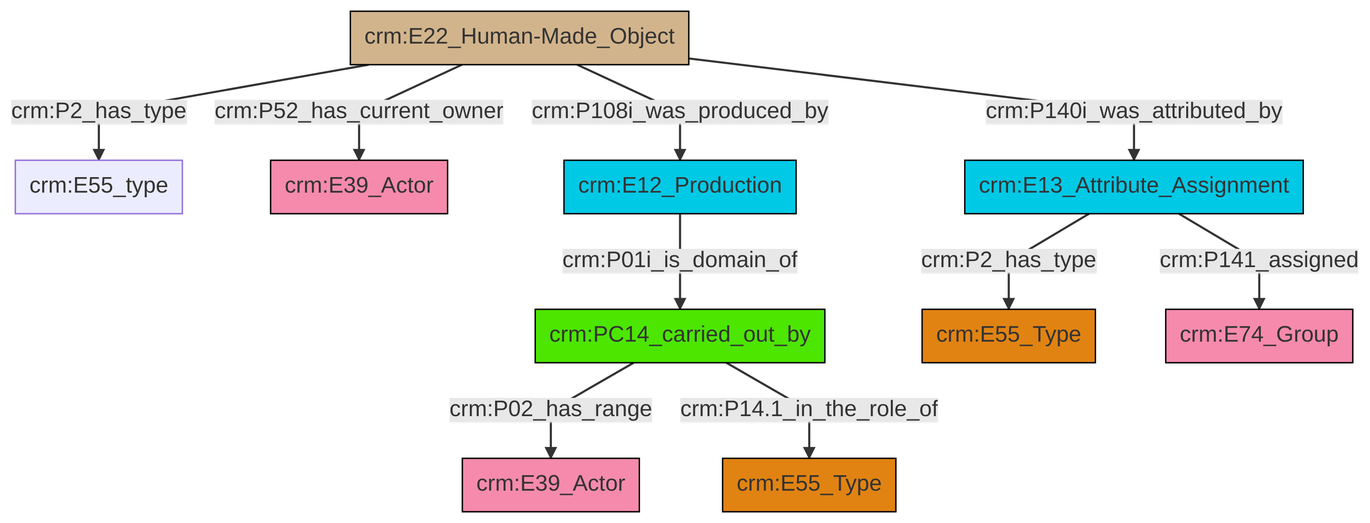
swiss-art-research-net/docs.swissartresearch keeps this Mermaid diagram as et/builtWorkCSV/ttl/mmd/png/Built_Work_actor_relations.png. Above is the earlier version. Its source is kept beside it as et/builtWorkCSV/ttl/mmd/Built_Work_actor_relations.ttl.mmd.
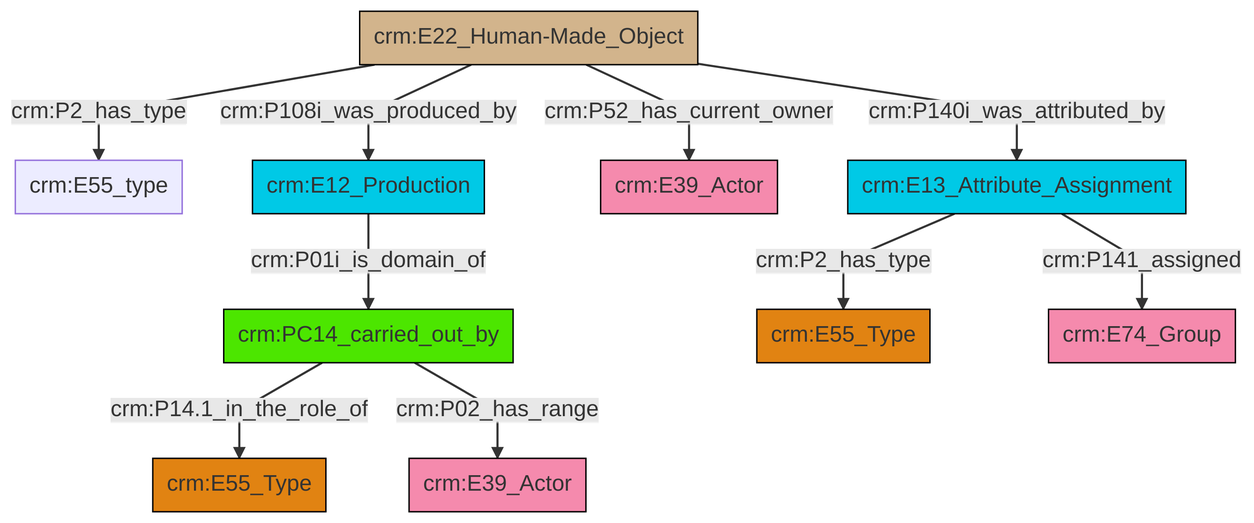
The same diagram one commit later.

The edit, as a diff of the source:
```diff
@@ -13,12 +13,12 @@
 classDef PC_Classes fill:#4ce600, stroke:#000000;
 classDef Multi fill:#cccccc,stroke:#000000;
 
-2["crm:E22_Human-Made_Object"]:::Physical_Thing -->|crm:P52_has_current_owner| 3["crm:E39_Actor"]:::Actor
-2["crm:E22_Human-Made_Object"]:::Physical_Thing -->|crm:P140i_was_attributed_by| 4["crm:E13_Attribute_Assignment"]:::Temporal_Entity
-2["crm:E22_Human-Made_Object"]:::Physical_Thing -->|crm:P108i_was_produced_by| 5["crm:E12_Production"]:::Temporal_Entity
-4["crm:E13_Attribute_Assignment"]:::Temporal_Entity -->|crm:P2_has_type| 8["crm:E55_Type"]:::Type
-2["crm:E22_Human-Made_Object"]:::Physical_Thing -->|crm:P2_has_type| 0["crm:E55_type"]:::Default
-5["crm:E12_Production"]:::Temporal_Entity -->|crm:P01i_is_domain_of| 6["crm:PC14_carried_out_by"]:::PC_Classes
-4["crm:E13_Attribute_Assignment"]:::Temporal_Entity -->|crm:P141_assigned| 15["crm:E74_Group"]:::Actor
-6["crm:PC14_carried_out_by"]:::PC_Classes -->|crm:P02_has_range| 12["crm:E39_Actor"]:::Actor
-6["crm:PC14_carried_out_by"]:::PC_Classes -->|crm:P14.1_in_the_role_of| 10["crm:E55_Type"]:::Type
+2["crm:PC14_carried_out_by"]:::PC_Classes -->|crm:P14.1_in_the_role_of| 3["crm:E55_Type"]:::Type
+2["crm:PC14_carried_out_by"]:::PC_Classes -->|crm:P02_has_range| 8["crm:E39_Actor"]:::Actor
+6["crm:E13_Attribute_Assignment"]:::Temporal_Entity -->|crm:P2_has_type| 4["crm:E55_Type"]:::Type
+9["crm:E22_Human-Made_Object"]:::Physical_Thing -->|crm:P52_has_current_owner| 11["crm:E39_Actor"]:::Actor
+9["crm:E22_Human-Made_Object"]:::Physical_Thing -->|crm:P140i_was_attributed_by| 6["crm:E13_Attribute_Assignment"]:::Temporal_Entity
+19["crm:E12_Production"]:::Temporal_Entity -->|crm:P01i_is_domain_of| 2["crm:PC14_carried_out_by"]:::PC_Classes
+6["crm:E13_Attribute_Assignment"]:::Temporal_Entity -->|crm:P141_assigned| 14["crm:E74_Group"]:::Actor
+9["crm:E22_Human-Made_Object"]:::Physical_Thing -->|crm:P2_has_type| 0["crm:E55_type"]:::Default
+9["crm:E22_Human-Made_Object"]:::Physical_Thing -->|crm:P108i_was_produced_by| 19["crm:E12_Production"]:::Temporal_Entity
```
